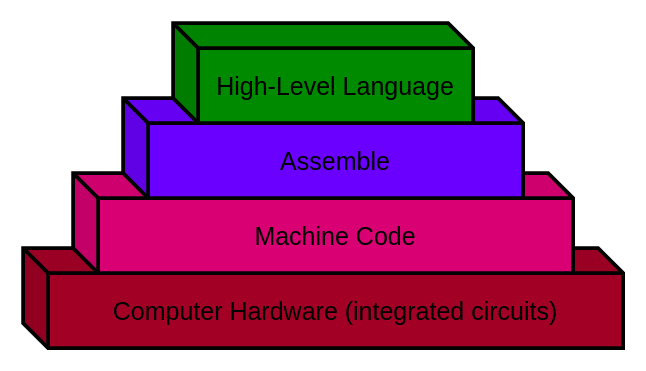
This is docs/introduction/images/programming_language_levels.drawio from Mr-Coxall/Computer-Based-Problem-Solving, a draw.io file, before an edit. Source tidied: cells renumbered, new cells numbered last; positions are measured from the earlier drawing's top-left corner, leaving out a move shared by most shapes. Both pictures are drawn from the tidied source at 125%, with x=0, y=0 at pixel (22, 22).
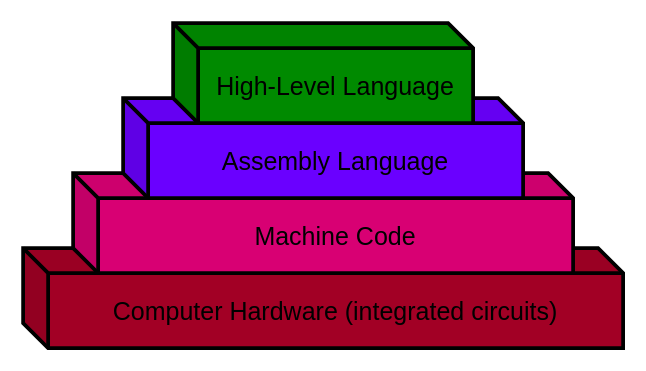
After the change.

Commit message (it also covers changes not shown here):
fixed spelling mistake

Change to the diagram source:
```diff
@@
 <mxGraphModel>
   <root>
     <mxCell id="0" />
     <mxCell id="1" parent="0" />
     <mxCell id="2" value="&lt;font color=&quot;#000000&quot; style=&quot;font-size: 20px&quot;&gt;Computer Hardware (integrated circuits)&lt;/font&gt;" style="shape=cube;whiteSpace=wrap;html=1;boundedLbl=1;backgroundOutline=1;darkOpacity=0.05;darkOpacity2=0.1;direction=east;fillColor=#a20025;fontColor=#ffffff;strokeColor=#000000;strokeWidth=3;" parent="1" vertex="1">
       <mxGeometry y="180" width="480" height="80" as="geometry" />
     </mxCell>
     <mxCell id="3" value="&lt;font color=&quot;#000000&quot; style=&quot;font-size: 20px&quot;&gt;Machine Code&lt;/font&gt;" style="shape=cube;whiteSpace=wrap;html=1;boundedLbl=1;backgroundOutline=1;darkOpacity=0.05;darkOpacity2=0.1;direction=east;fillColor=#d80073;fontColor=#ffffff;strokeColor=#000000;strokeWidth=3;" parent="1" vertex="1">
       <mxGeometry x="40" y="120" width="400" height="80" as="geometry" />
     </mxCell>
-    <mxCell id="4" value="&lt;font color=&quot;#000000&quot; style=&quot;font-size: 20px&quot;&gt;Assemble&lt;/font&gt;" style="shape=cube;whiteSpace=wrap;html=1;boundedLbl=1;backgroundOutline=1;darkOpacity=0.05;darkOpacity2=0.1;direction=east;fillColor=#6a00ff;fontColor=#ffffff;strokeColor=#000000;strokeWidth=3;" parent="1" vertex="1">
+    <mxCell id="4" value="&lt;font color=&quot;#000000&quot; style=&quot;font-size: 20px&quot;&gt;Assembly Language&lt;/font&gt;" style="shape=cube;whiteSpace=wrap;html=1;boundedLbl=1;backgroundOutline=1;darkOpacity=0.05;darkOpacity2=0.1;direction=east;fillColor=#6a00ff;fontColor=#ffffff;strokeColor=#000000;strokeWidth=3;" parent="1" vertex="1">
       <mxGeometry x="80" y="60" width="320" height="80" as="geometry" />
     </mxCell>
     <mxCell id="5" value="&lt;font color=&quot;#000000&quot; style=&quot;font-size: 20px&quot;&gt;High-Level Language&lt;/font&gt;" style="shape=cube;whiteSpace=wrap;html=1;boundedLbl=1;backgroundOutline=1;darkOpacity=0.05;darkOpacity2=0.1;direction=east;fillColor=#008a00;fontColor=#ffffff;strokeColor=#000000;strokeWidth=3;" parent="1" vertex="1">
       <mxGeometry x="120" width="240" height="80" as="geometry" />
     </mxCell>
   </root>
 </mxGraphModel>
```
